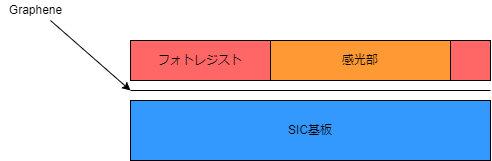
This is 半導体プロセス/Fig8_device_process.drawio.png from Hideaki2000/paper, a draw.io export, as it was before one commit. Source tidied: cells renumbered, new cells last; positions are measured from the earlier drawing's top-left corner, leaving out a move shared by most shapes.
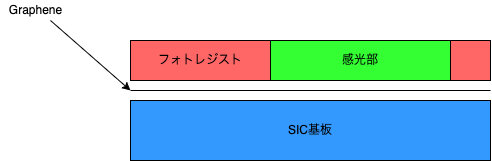
Later version of the same file.

What changed in the source:
```diff
@@ -23,7 +23,7 @@
     <mxCell id="6" value="フォトレジスト" style="rounded=0;whiteSpace=wrap;html=1;fillColor=#FF6666;" parent="1" vertex="1">
       <mxGeometry x="130" y="40" width="140" height="40" as="geometry" />
     </mxCell>
-    <mxCell id="7" value="感光部" style="rounded=0;whiteSpace=wrap;html=1;fillColor=#FF9933;" parent="1" vertex="1">
+    <mxCell id="7" value="感光部" style="rounded=0;whiteSpace=wrap;html=1;fillColor=#33FF33;" parent="1" vertex="1">
       <mxGeometry x="270" y="40" width="180" height="40" as="geometry" />
     </mxCell>
     <mxCell id="8" style="rounded=0;whiteSpace=wrap;html=1;fillColor=#FF6666;" parent="1" vertex="1">
```
